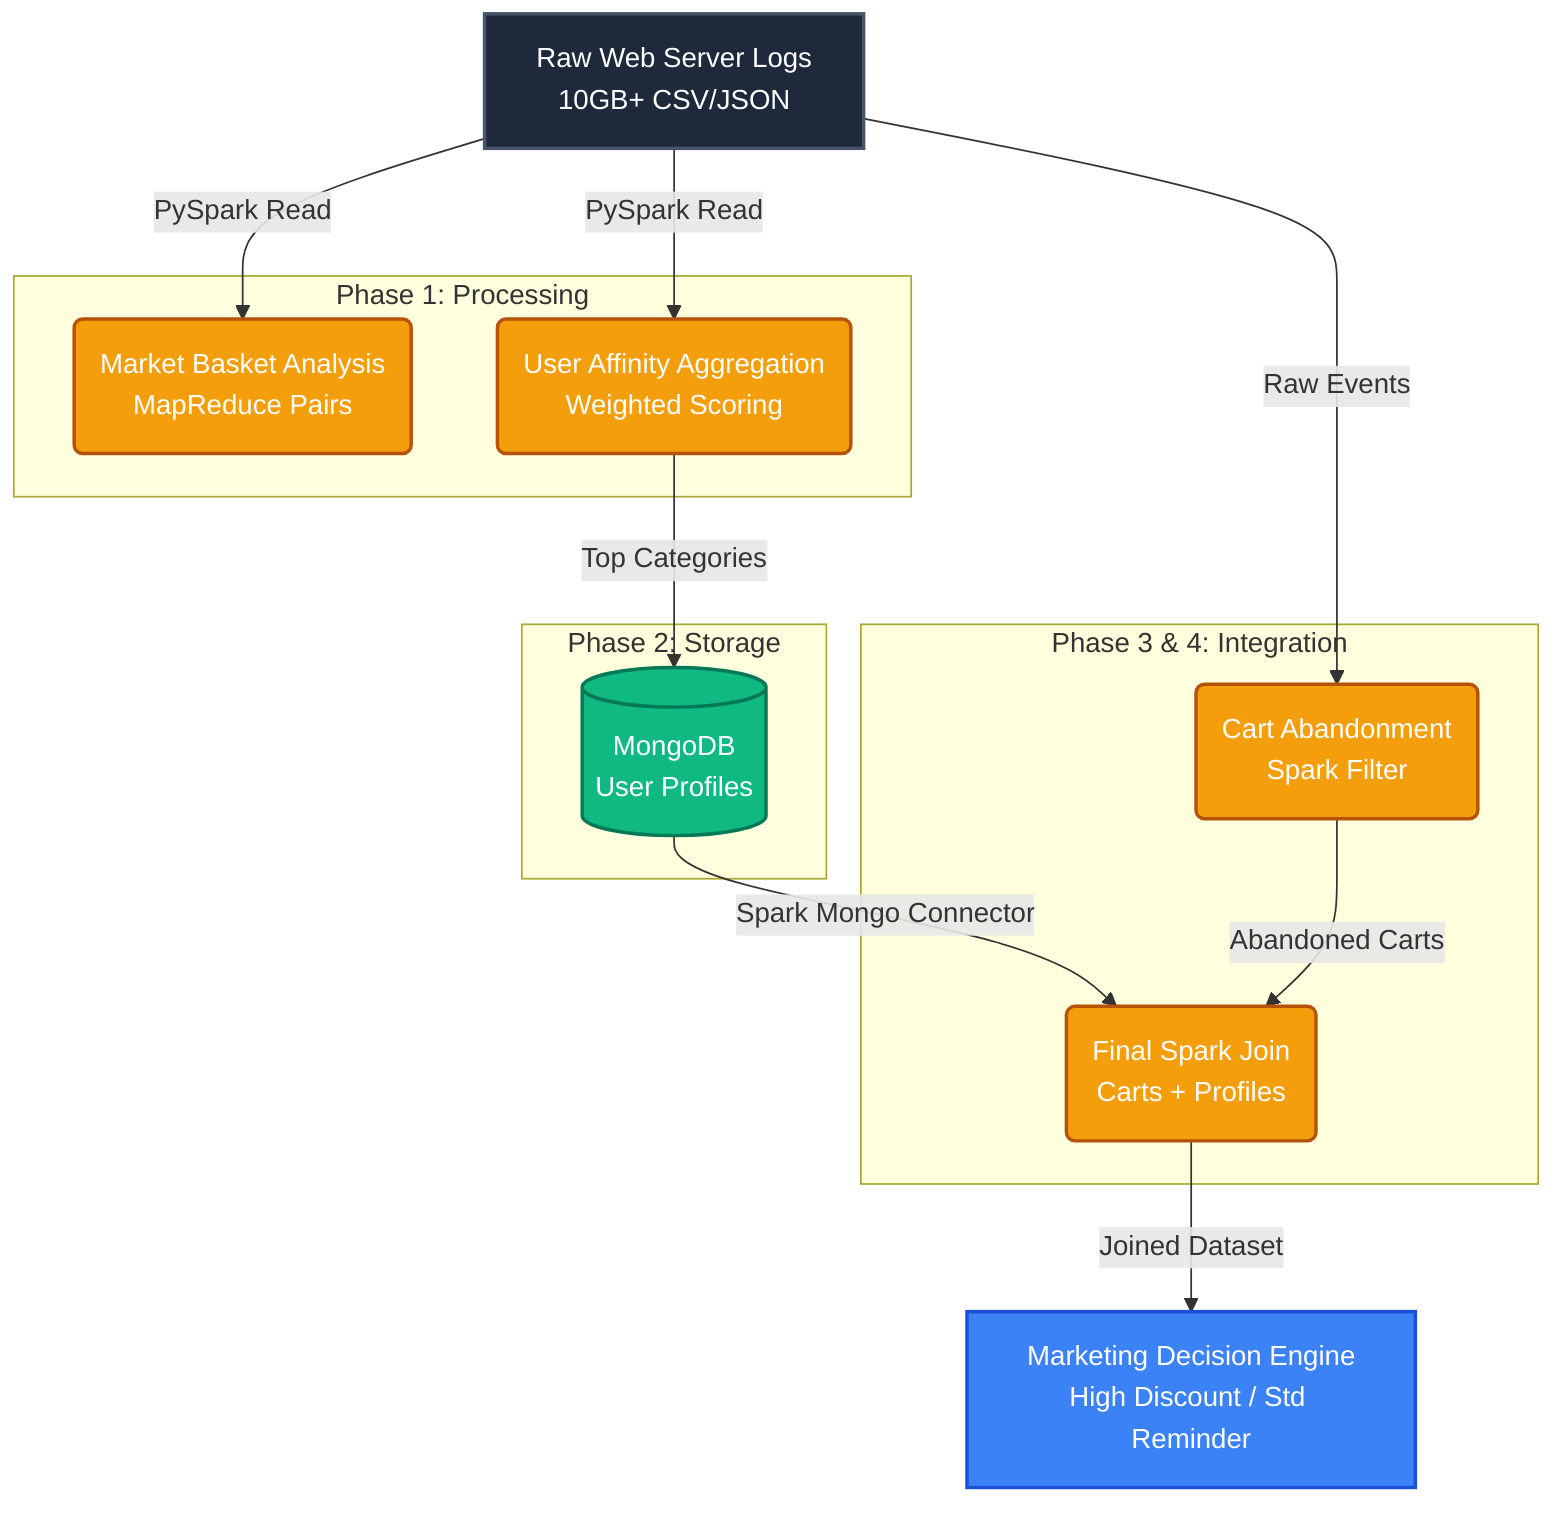
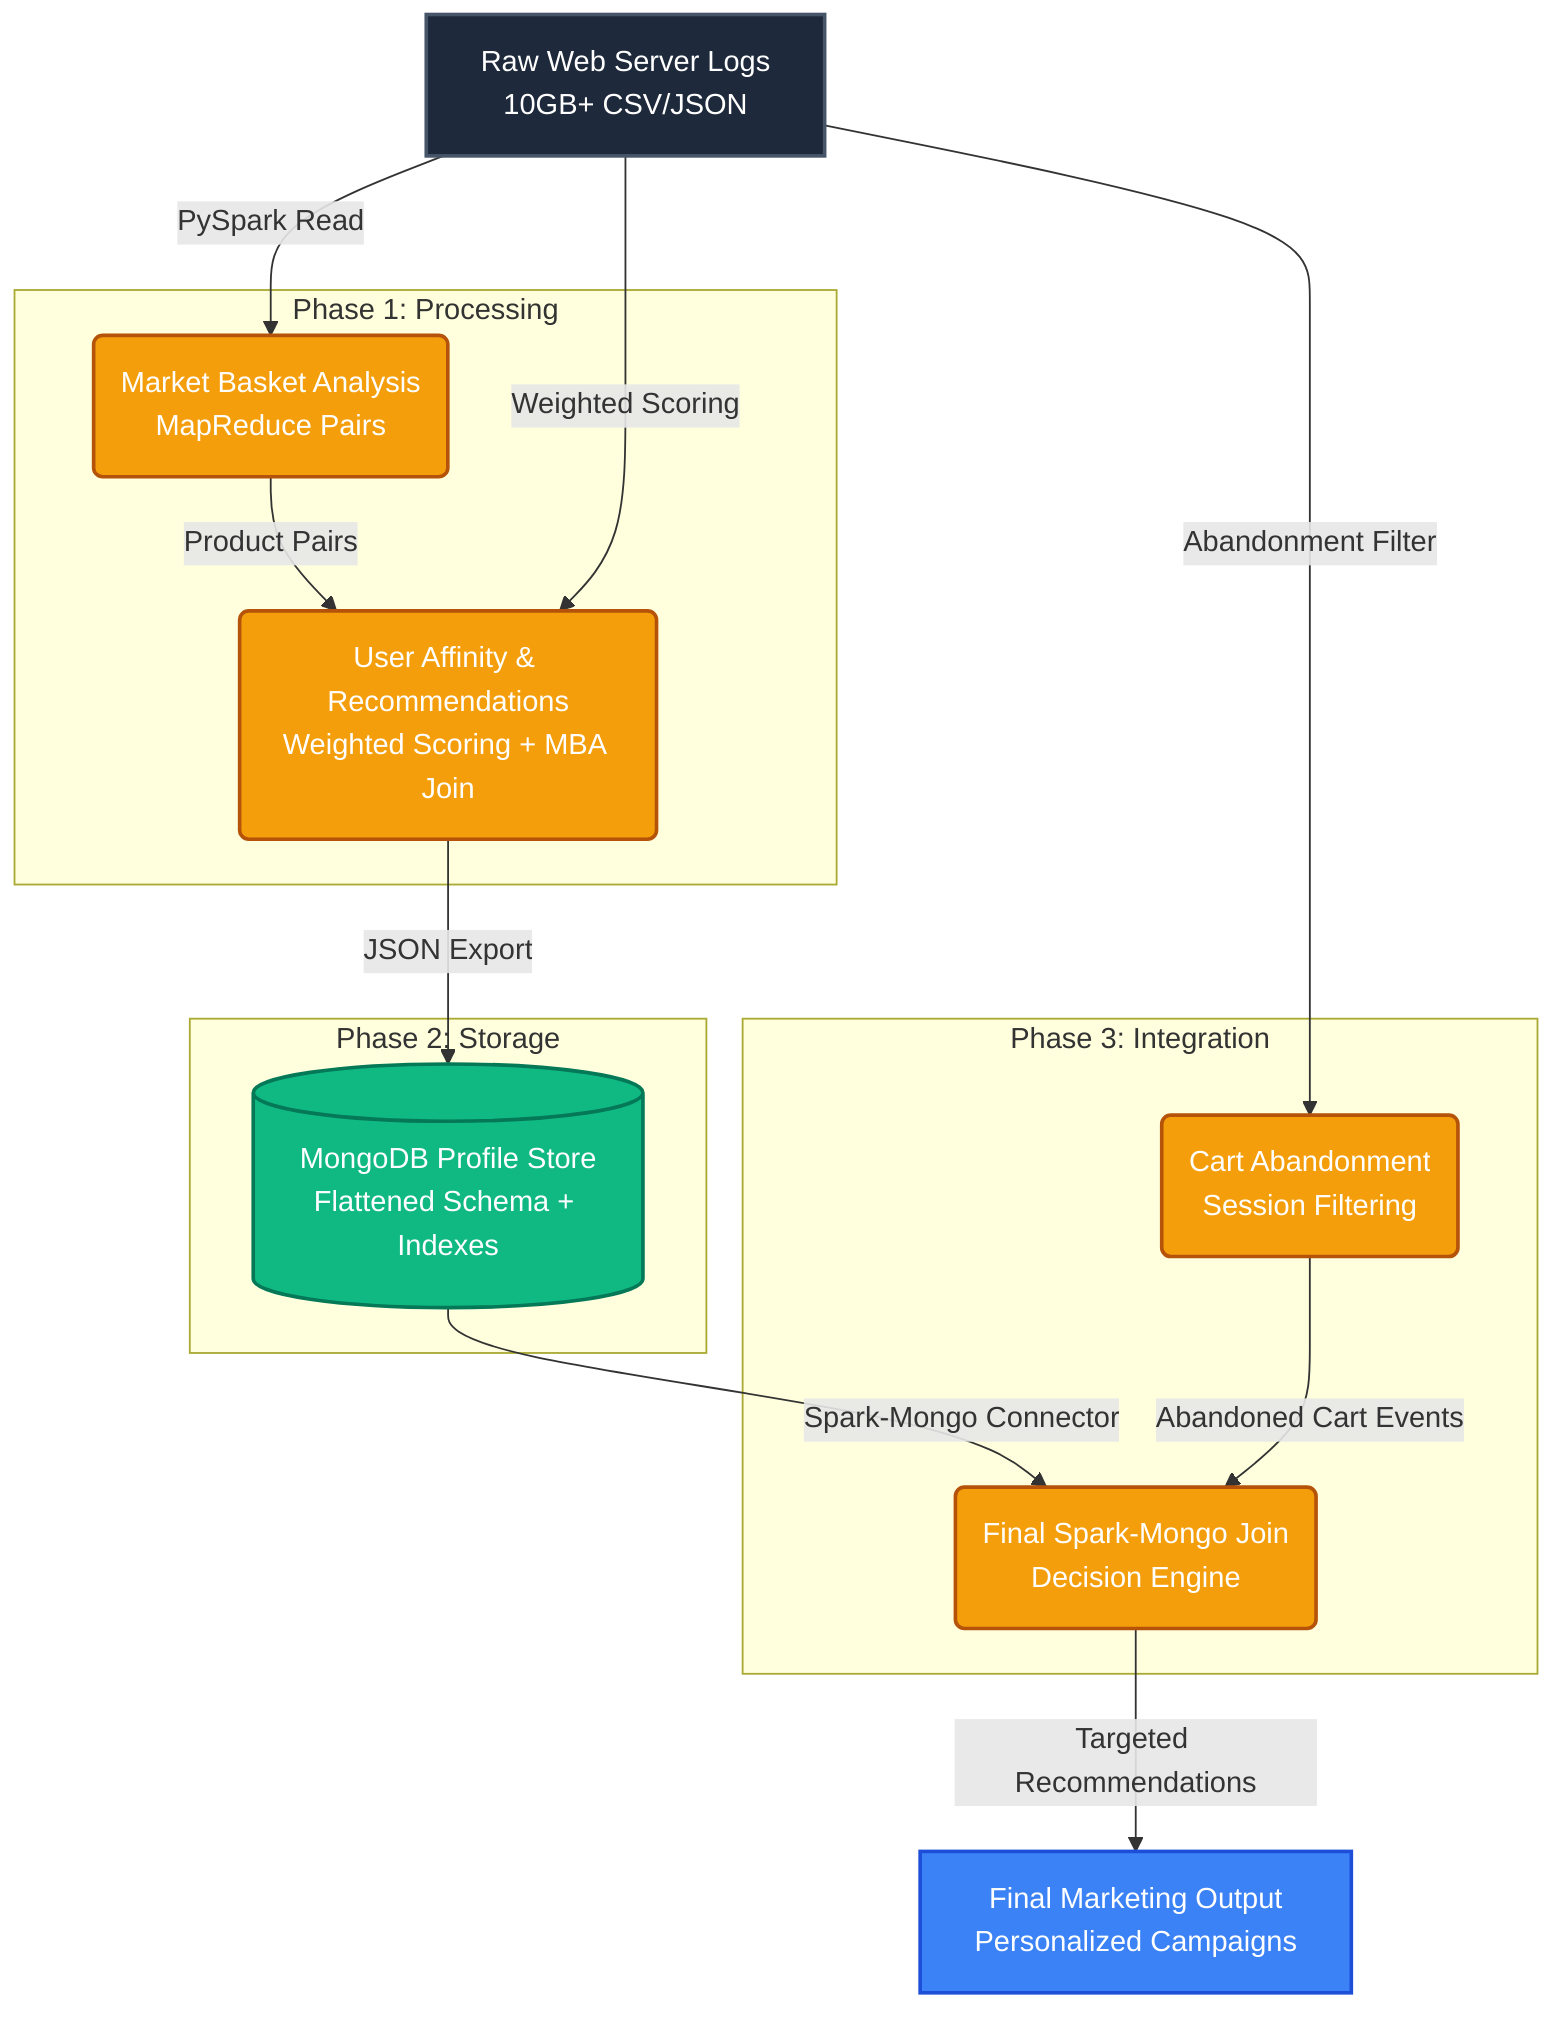
graph TD
    %% Styling
    classDef logs fill:#1e293b,stroke:#475569,stroke-width:2px,color:#fff
    classDef spark fill:#f59e0b,stroke:#b45309,stroke-width:2px,color:#fff
    classDef mongo fill:#10b981,stroke:#047857,stroke-width:2px,color:#fff
    classDef output fill:#3b82f6,stroke:#1d4ed8,stroke-width:2px,color:#fff

    %% Nodes
    A[Raw Web Server Logs\n10GB+ CSV/JSON]:::logs

    subgraph Phase 1: Processing
        B(Market Basket Analysis\nMapReduce Pairs)
-         C(User Affinity Aggregation\nWeighted Scoring)
+         C(User Affinity & Recommendations\nWeighted Scoring + MBA Join)
    end
    class B,C spark

    subgraph Phase 2: Storage
-         D[(MongoDB\nUser Profiles)]:::mongo
+         D[(MongoDB Profile Store\nFlattened Schema + Indexes)]:::mongo
    end

-     subgraph Phase 3 & 4: Integration
-         E(Cart Abandonment\nSpark Filter)
-         F(Final Spark Join\nCarts + Profiles)
+     subgraph Phase 3: Integration
+         E(Cart Abandonment\nSession Filtering)
+         F(Final Spark-Mongo Join\nDecision Engine)
    end
    class E,F spark

-     G[Marketing Decision Engine\nHigh Discount / Std Reminder]:::output
+     G[Final Marketing Output\nPersonalized Campaigns]:::output

    %% Flow
    A -->|PySpark Read| B
-     A -->|PySpark Read| C
+     B -->|Product Pairs| C
+     A -->|Weighted Scoring| C

-     C -->|Top Categories| D
-     A -->|Raw Events| E
+     C -->|JSON Export| D
+     A -->|Abandonment Filter| E

-     D -->|Spark Mongo Connector| F
-     E -->|Abandoned Carts| F
+     D -->|Spark-Mongo Connector| F
+     E -->|Abandoned Cart Events| F

-     F -->|Joined Dataset| G
+     F -->|Targeted Recommendations| G
